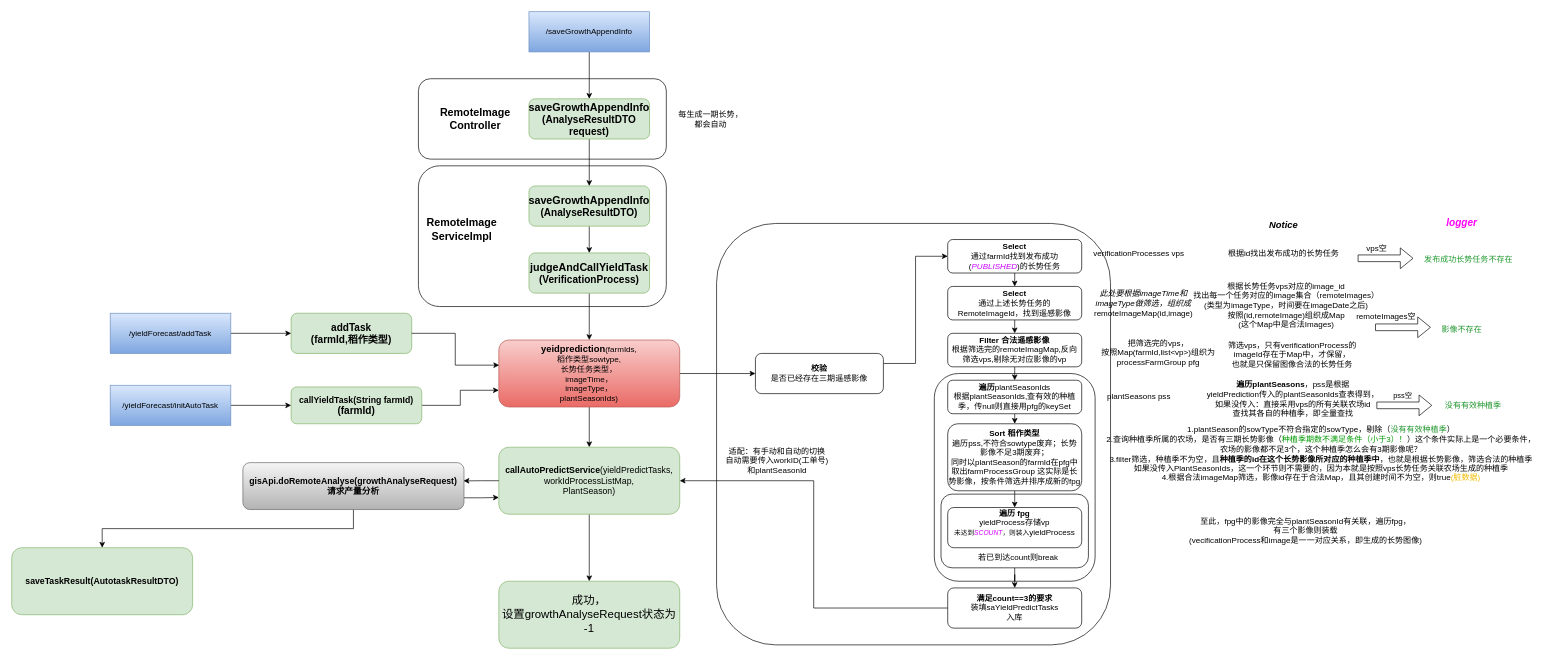
This is 产量预估.drawio from RK-JD/DrawIO, a draw.io file, before an edit. Source tidied: cells renumbered, new cells numbered last; positions are measured from the earlier drawing's top-left corner, leaving out a move shared by most shapes. Both pictures are drawn from the tidied source at 67%, with x=0, y=0 at pixel (11, 11).
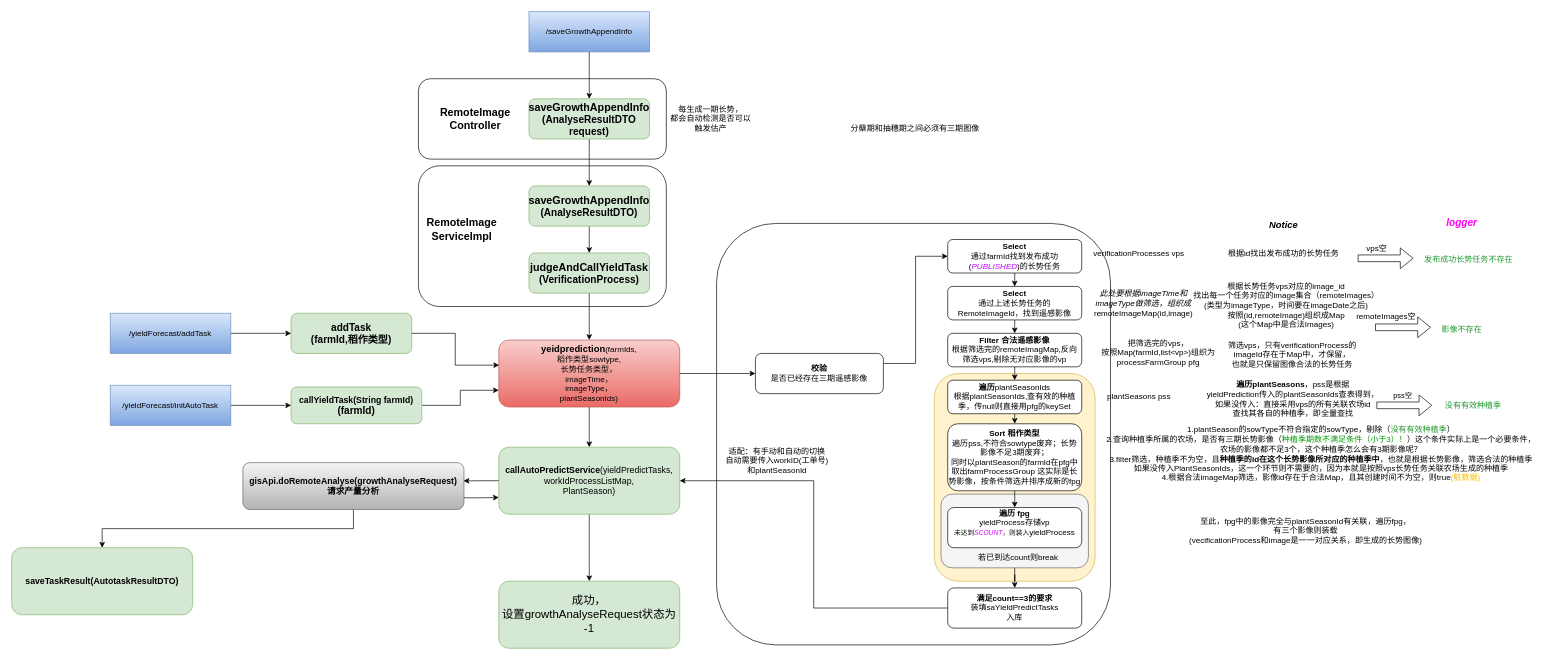
The same diagram, later.

Commit message:
更新产量预估.drawio

Diff of the diagram source:
```diff
@@
-    <mxCell id="4" style="rounded=1;whiteSpace=wrap;html=1;glass=0;shadow=0;" parent="1" vertex="1">
+    <mxCell id="4" style="rounded=1;whiteSpace=wrap;html=1;glass=0;shadow=0;fillColor=#fff2cc;strokeColor=#d6b656;" parent="1" vertex="1">
       <mxGeometry x="1377" y="540" width="240" height="310" as="geometry" />
     </mxCell>
@@
-    <mxCell id="6" style="rounded=1;whiteSpace=wrap;html=1;glass=0;perimeterSpacing=0;" parent="1" vertex="1">
+    <mxCell id="6" style="rounded=1;whiteSpace=wrap;html=1;glass=0;perimeterSpacing=0;fillColor=#f5f5f5;strokeColor=#666666;fontColor=#333333;" parent="1" vertex="1">
       <mxGeometry x="1387" y="720" width="220" height="110" as="geometry" />
     </mxCell>
@@
-    <mxCell id="77" value="每生成一期长势，&lt;div&gt;都会自动&lt;/div&gt;" style="text;html=1;align=center;verticalAlign=middle;whiteSpace=wrap;rounded=0;" parent="1" vertex="1">
+    <mxCell id="77" value="每生成一期长势，&lt;div&gt;都会自动检测是否可以触发估产&lt;/div&gt;" style="text;html=1;align=center;verticalAlign=middle;whiteSpace=wrap;rounded=0;" parent="1" vertex="1">
       <mxGeometry x="977" y="145" width="133" height="30" as="geometry" />
     </mxCell>
+    <mxCell id="78" value="分蘖期和抽穗期之间必须有三期图像" style="text;html=1;align=center;verticalAlign=middle;strokeColor=none;fillColor=none;" parent="1" vertex="1">
+      <mxGeometry x="1243" y="161" width="210" height="26" as="geometry" />
+    </mxCell>
```
